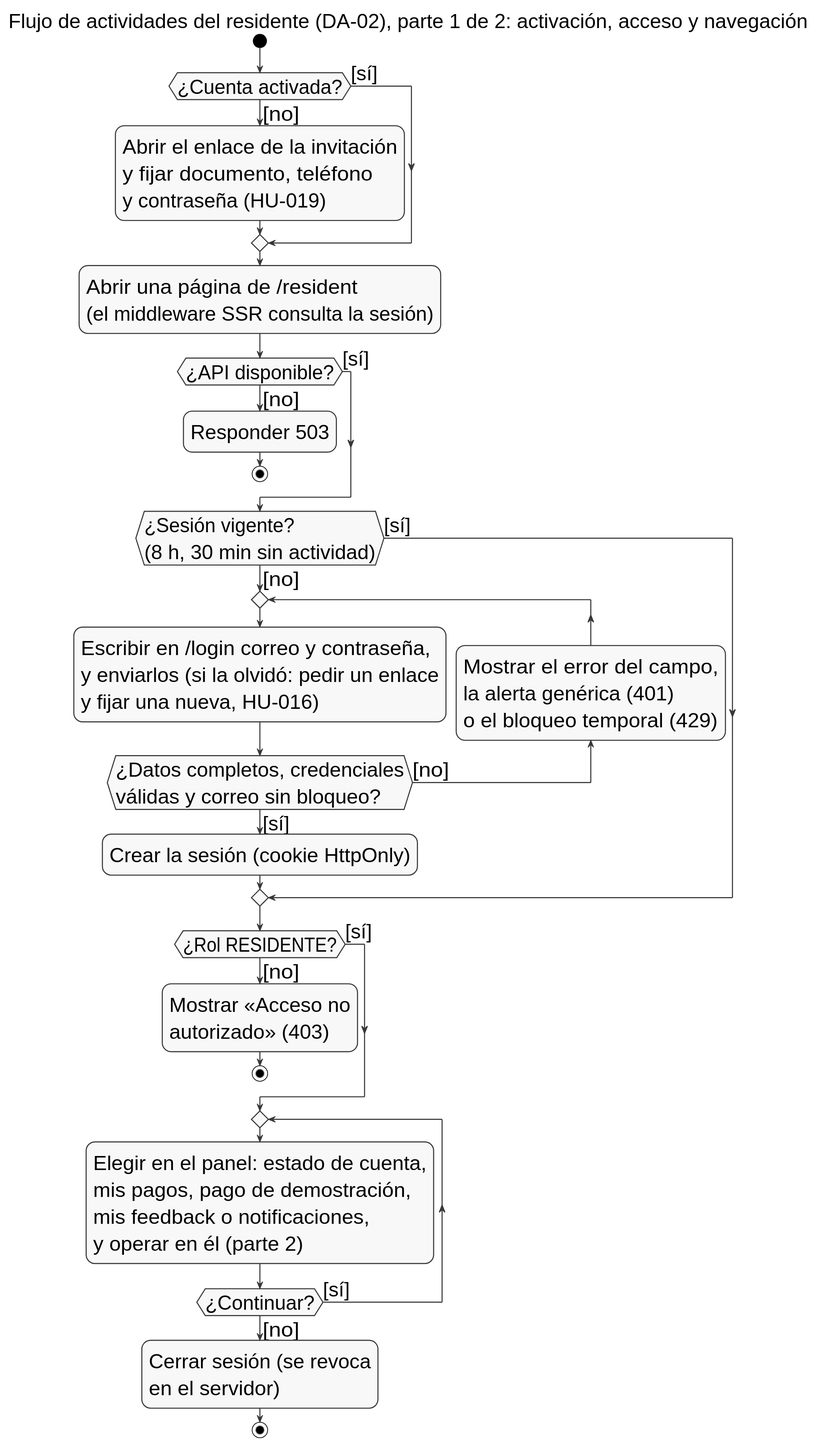
This is docs/entrega-objetivos/actividades/actividades-residente-parte1.svg from yilberDev/SoftPh-Academico, a PlantUML export, as it was before one commit.
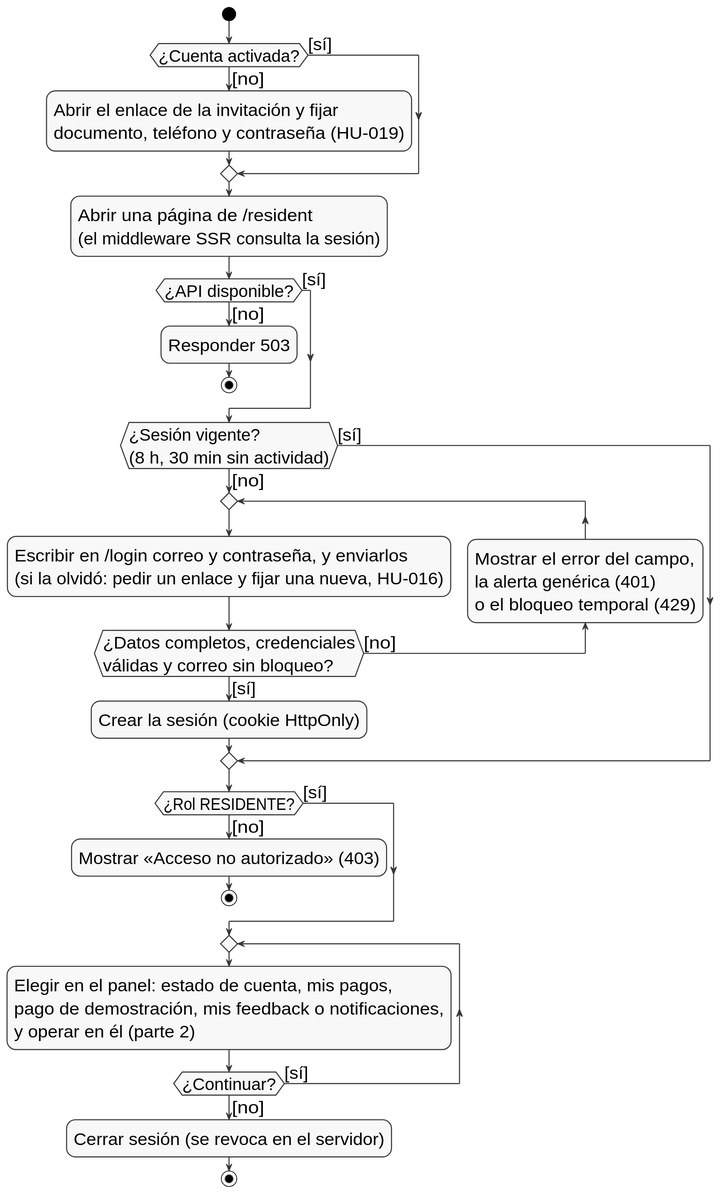
The same diagram one commit later.

The edit, as a diff of the source:
```diff
@@ -4,13 +4,12 @@
 skinparam backgroundColor white
 skinparam shadowing false
 skinparam defaultFontName Helvetica
-skinparam defaultFontSize 28
+skinparam defaultFontSize 24
 
-title Flujo de actividades del residente (DA-02), parte 1 de 2: activación, acceso y navegación
 
 start
 if (¿Cuenta activada?) then ([no])
-  :Abrir el enlace de la invitación\ny fijar documento, teléfono\ny contraseña (HU-019);
+  :Abrir el enlace de la invitación y fijar\ndocumento, teléfono y contraseña (HU-019);
 else ([sí])
 endif
 :Abrir una página de /resident\n(el middleware SSR consulta la sesión);
@@ -21,20 +20,20 @@
 endif
 if (¿Sesión vigente?\n(8 h, 30 min sin actividad)) then ([no])
   repeat
-    :Escribir en /login correo y contraseña,\ny enviarlos (si la olvidó: pedir un enlace\ny fijar una nueva, HU-016);
+    :Escribir en /login correo y contraseña, y enviarlos\n(si la olvidó: pedir un enlace y fijar una nueva, HU-016);
   backward:Mostrar el error del campo,\nla alerta genérica (401)\no el bloqueo temporal (429);
   repeat while (¿Datos completos, credenciales\nválidas y correo sin bloqueo?) is ([no]) not ([sí])
   :Crear la sesión (cookie HttpOnly);
 else ([sí])
 endif
 if (¿Rol RESIDENTE?) then ([no])
-  :Mostrar «Acceso no\nautorizado» (403);
+  :Mostrar «Acceso no autorizado» (403);
   stop
 else ([sí])
 endif
 repeat
-  :Elegir en el panel: estado de cuenta,\nmis pagos, pago de demostración,\nmis feedback o notificaciones,\ny operar en él (parte 2);
+  :Elegir en el panel: estado de cuenta, mis pagos,\npago de demostración, mis feedback o notificaciones,\ny operar en él (parte 2);
 repeat while (¿Continuar?) is ([sí]) not ([no])
-:Cerrar sesión (se revoca\nen el servidor);
+:Cerrar sesión (se revoca en el servidor);
 stop
 @enduml
```
